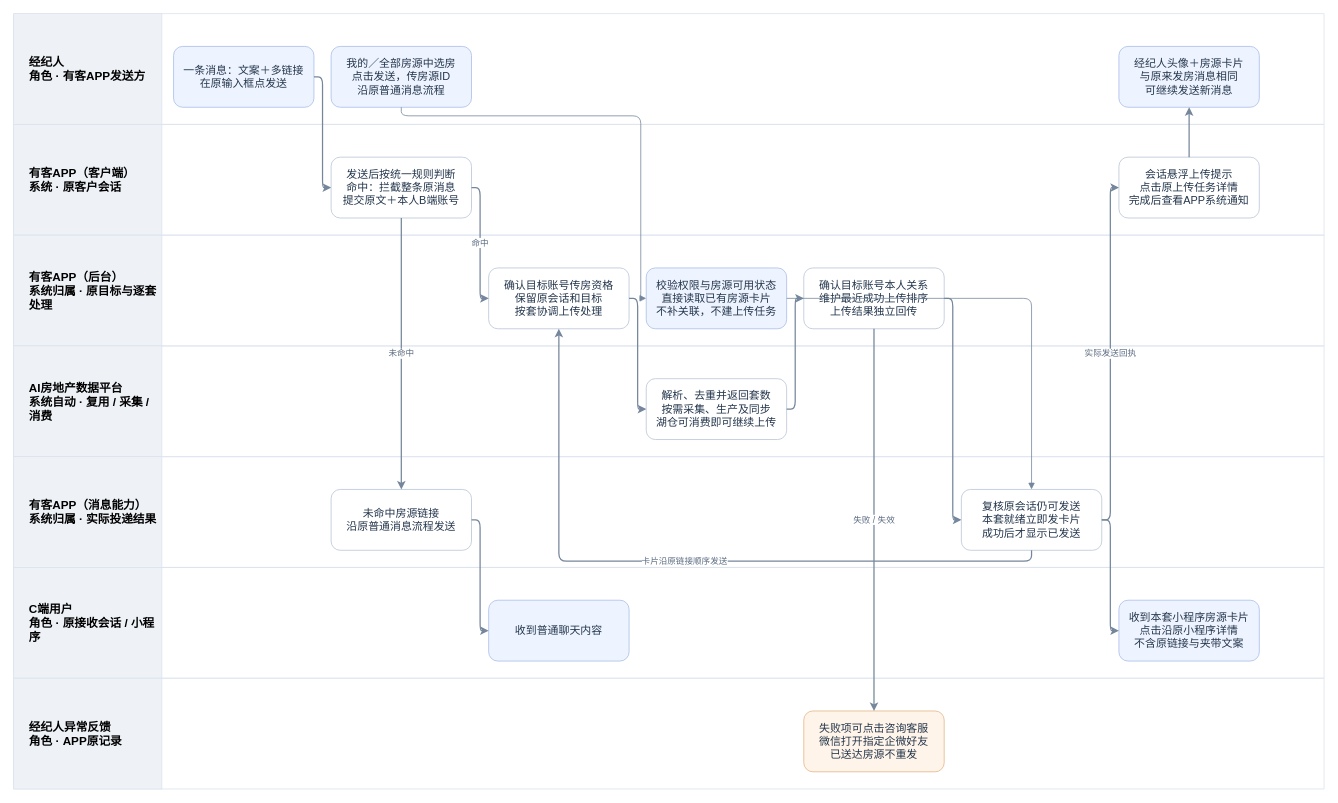
The draw.io diagram page "APP客户会话｜角色与系统泳道" (2 of 3) of B端发房共用资源/V3.0-B端房源上传与管理-角色与系统业务流程.drawio in JZT-AI/ai-real-estate-platform-v3-prototype, before the edit. Source tidied: cells renumbered, new cells numbered last; positions are measured from the earlier drawing's top-left corner, leaving out a move shared by most shapes. Both pictures are drawn from the tidied source at 78%, with x=0, y=0 at pixel (13, 13).
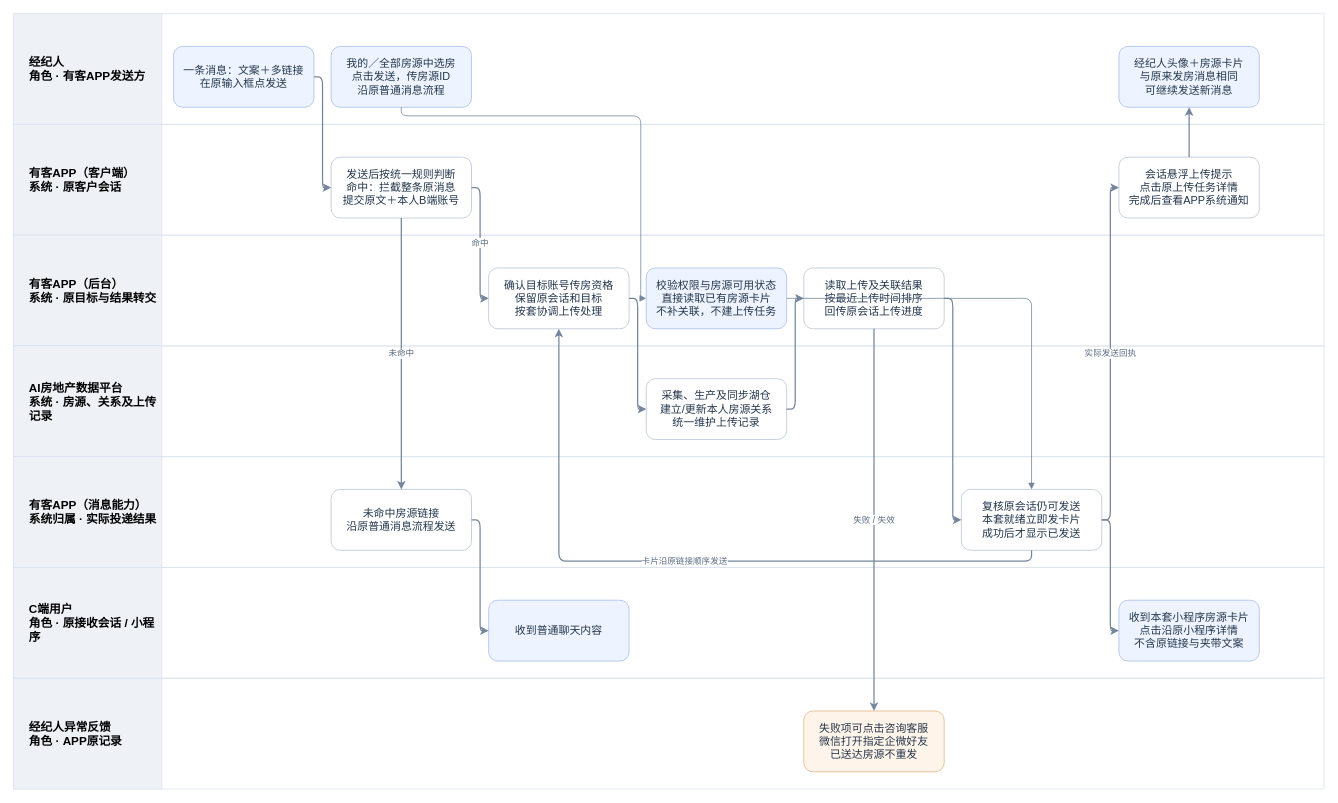
The same page after the edit.

The change refers to these unchanged cells:
```xml
<mxCell id="6" style="swimlane;horizontal=1;startSize=0;fillColor=#ffffff;strokeColor=#dce3ed;" parent="1" vertex="1">
  <mxGeometry y="284" width="1680" height="142" as="geometry" />
</mxCell>
<mxCell id="8" style="swimlane;horizontal=1;startSize=0;fillColor=#f8fafc;strokeColor=#dce3ed;" parent="1" vertex="1">
  <mxGeometry y="426" width="1680" height="142" as="geometry" />
</mxCell>
```

The edit, as a diff of the source:
```diff
@@
-    <mxCell id="7" value="有客APP（后台）&lt;br&gt;系统归属 · 原目标与逐套处理" style="rounded=0;whiteSpace=wrap;html=1;fillColor=#eef2f7;strokeColor=#dce3ed;fontSize=15;fontStyle=1;align=left;spacingLeft=18;" parent="6" vertex="1">
+    <mxCell id="7" value="有客APP（后台）&lt;br&gt;系统 · 原目标与结果转交" style="rounded=0;whiteSpace=wrap;html=1;fillColor=#eef2f7;strokeColor=#dce3ed;fontSize=15;fontStyle=1;align=left;spacingLeft=18;" parent="6" vertex="1">
       <mxGeometry width="190" height="142" as="geometry" />
     </mxCell>
@@
-    <mxCell id="9" value="AI房地产数据平台&lt;br&gt;系统自动 · 复用 / 采集 / 消费" style="rounded=0;whiteSpace=wrap;html=1;fillColor=#eef2f7;strokeColor=#dce3ed;fontSize=15;fontStyle=1;align=left;spacingLeft=18;" parent="8" vertex="1">
+    <mxCell id="9" value="AI房地产数据平台&lt;br&gt;系统 · 房源、关系及上传记录" style="rounded=0;whiteSpace=wrap;html=1;fillColor=#eef2f7;strokeColor=#dce3ed;fontSize=15;fontStyle=1;align=left;spacingLeft=18;" parent="8" vertex="1">
       <mxGeometry width="190" height="142" as="geometry" />
     </mxCell>
@@
-    <mxCell id="19" value="解析、去重并返回套数&lt;br&gt;按需采集、生产及同步&lt;br&gt;湖仓可消费即可继续上传" style="rounded=1;whiteSpace=wrap;html=1;fillColor=#fff;strokeColor=#b7c4d5;fontColor=#24364c;fontSize=14;spacing=8;" parent="8" vertex="1">
+    <mxCell id="19" value="采集、生产及同步湖仓&lt;br&gt;建立/更新本人房源关系&lt;br&gt;统一维护上传记录" style="rounded=1;whiteSpace=wrap;html=1;fillColor=#fff;strokeColor=#b7c4d5;fontColor=#24364c;fontSize=14;spacing=8;" parent="8" vertex="1">
       <mxGeometry x="811" y="42" width="180" height="78" as="geometry" />
     </mxCell>
-    <mxCell id="20" value="确认目标账号本人关系&lt;br&gt;维护最近成功上传排序&lt;br&gt;上传结果独立回传" style="rounded=1;whiteSpace=wrap;html=1;fillColor=#fff;strokeColor=#b7c4d5;fontColor=#24364c;fontSize=14;spacing=8;" parent="6" vertex="1">
+    <mxCell id="20" value="读取上传及关联结果&lt;br&gt;按最近上传时间排序&lt;br&gt;回传原会话上传进度" style="rounded=1;whiteSpace=wrap;html=1;fillColor=#fff;strokeColor=#b7c4d5;fontColor=#24364c;fontSize=14;spacing=8;" parent="6" vertex="1">
       <mxGeometry x="1013" y="42" width="180" height="78" as="geometry" />
     </mxCell>
```
